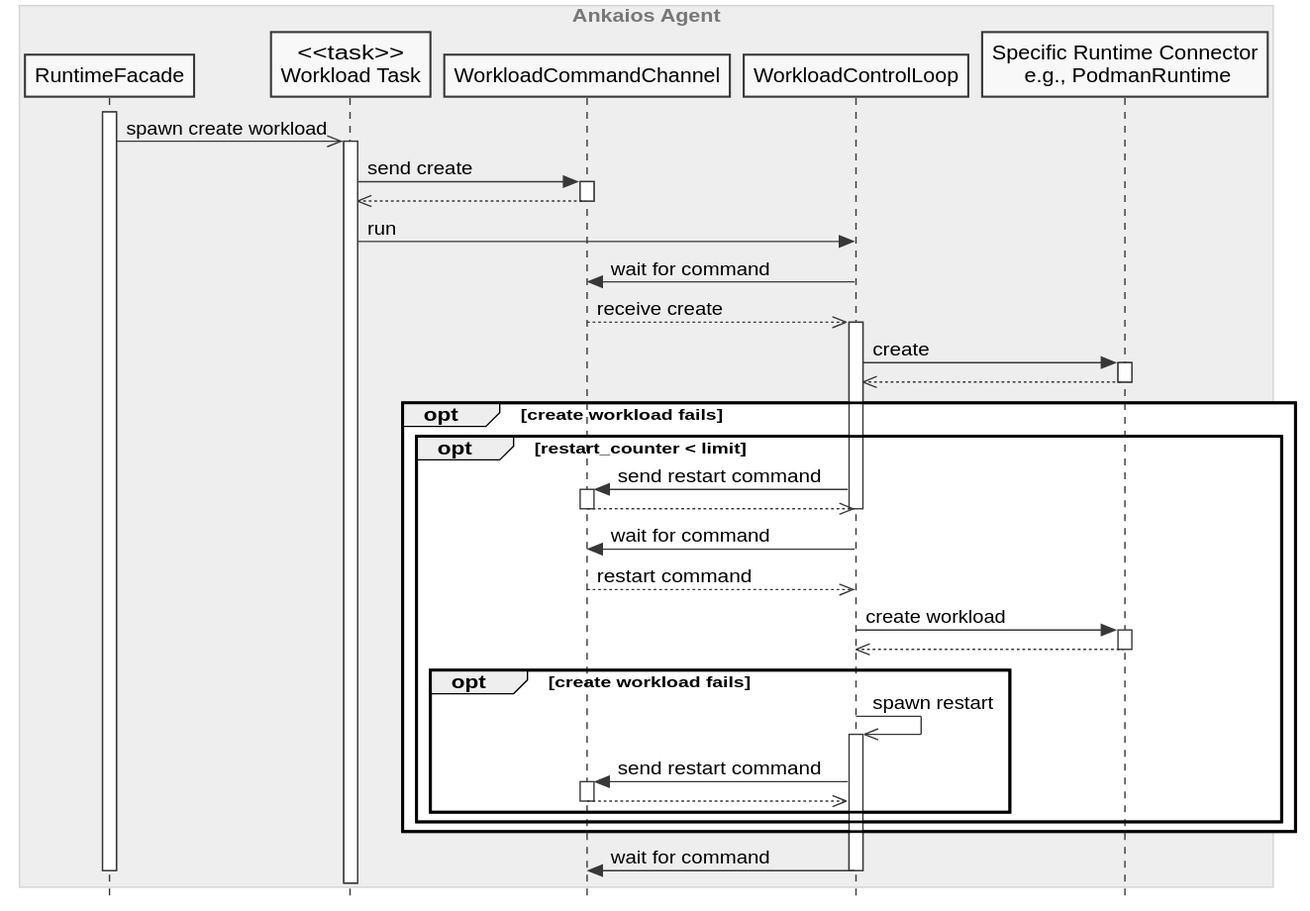
The PlantUML diagram agent/doc/swdesign/plantuml/seq_restart_workload_on_create_failure.svg in eclipse-ankaios/ankaios, before a commit.
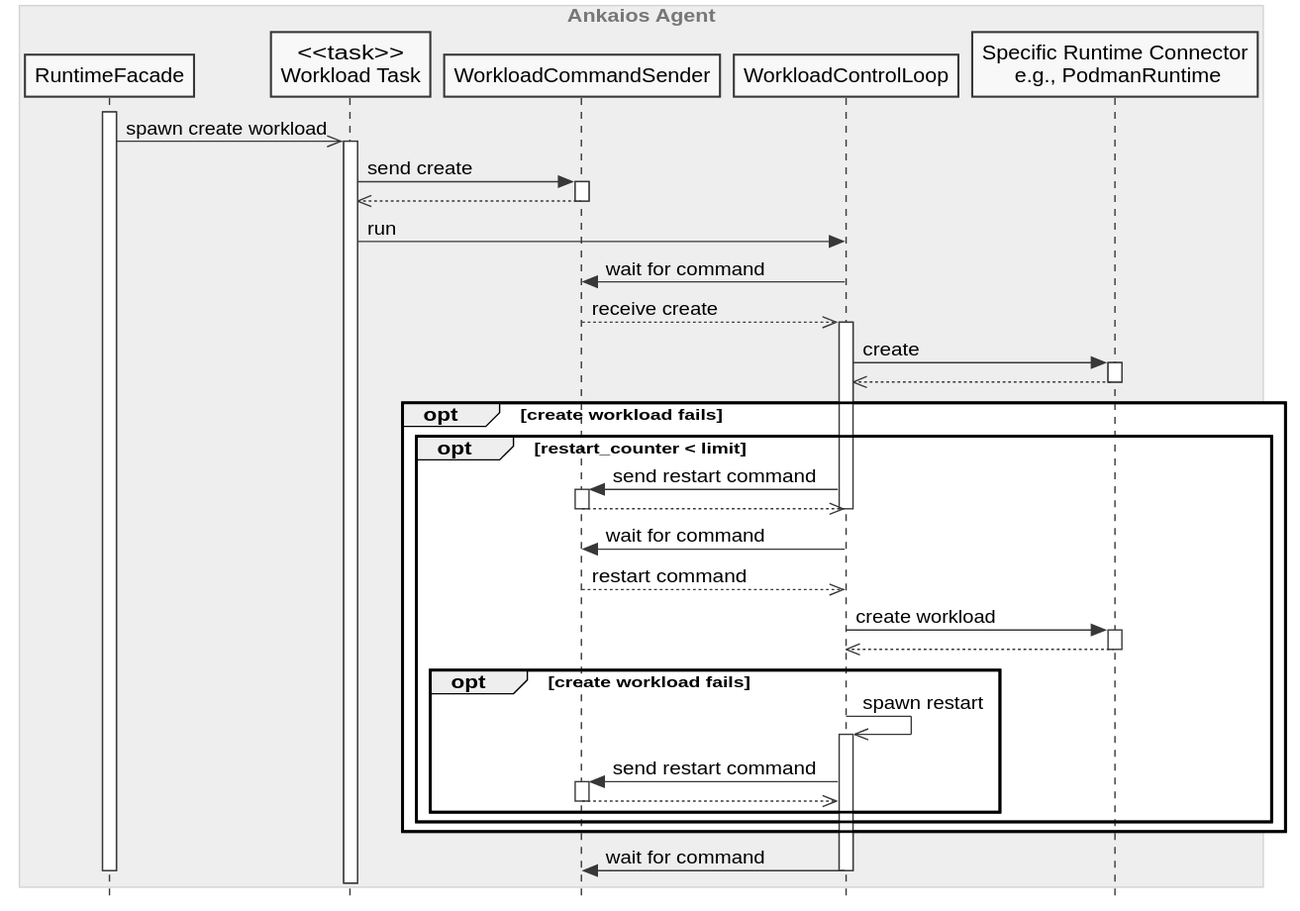
After the commit.

The edit, as a diff of the source:
```diff
@@ -29,7 +29,7 @@
 box "Ankaios Agent"
     participant "RuntimeFacade" as runtime_facade
     participant "<<task>>\nWorkload Task" as create_workload_task
-    participant "WorkloadCommandChannel" as workload_command
+    participant "WorkloadCommandSender" as workload_command
     participant "WorkloadControlLoop" as workload_control_loop
     participant "Specific Runtime Connector\n e.g., PodmanRuntime" as runtime
 end box
```
